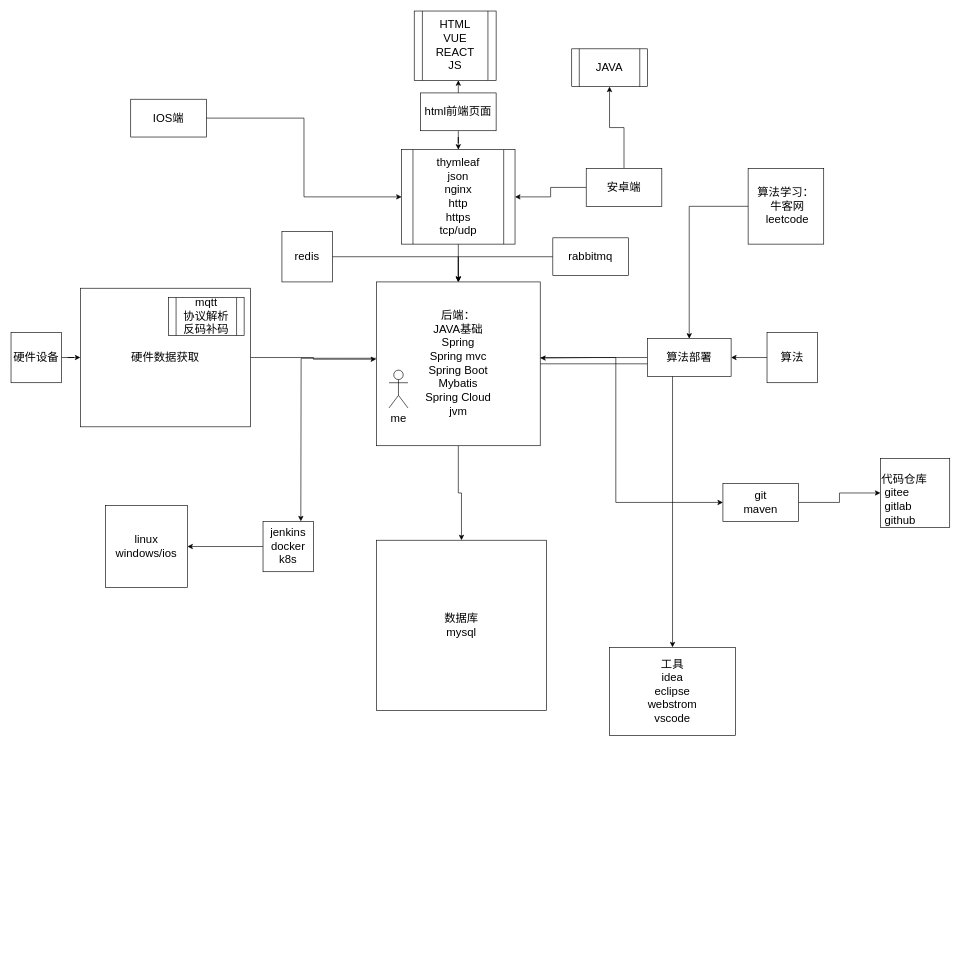
Above: 知识架构.drawio in heibaike123/- (draw.io), before the change. Source tidied: cells renumbered, new cells numbered last; positions are measured from the earlier drawing's top-left corner, leaving out a move shared by most shapes. Both pictures are drawn from the tidied source at 63%, with x=0, y=0 at pixel (11, 11).
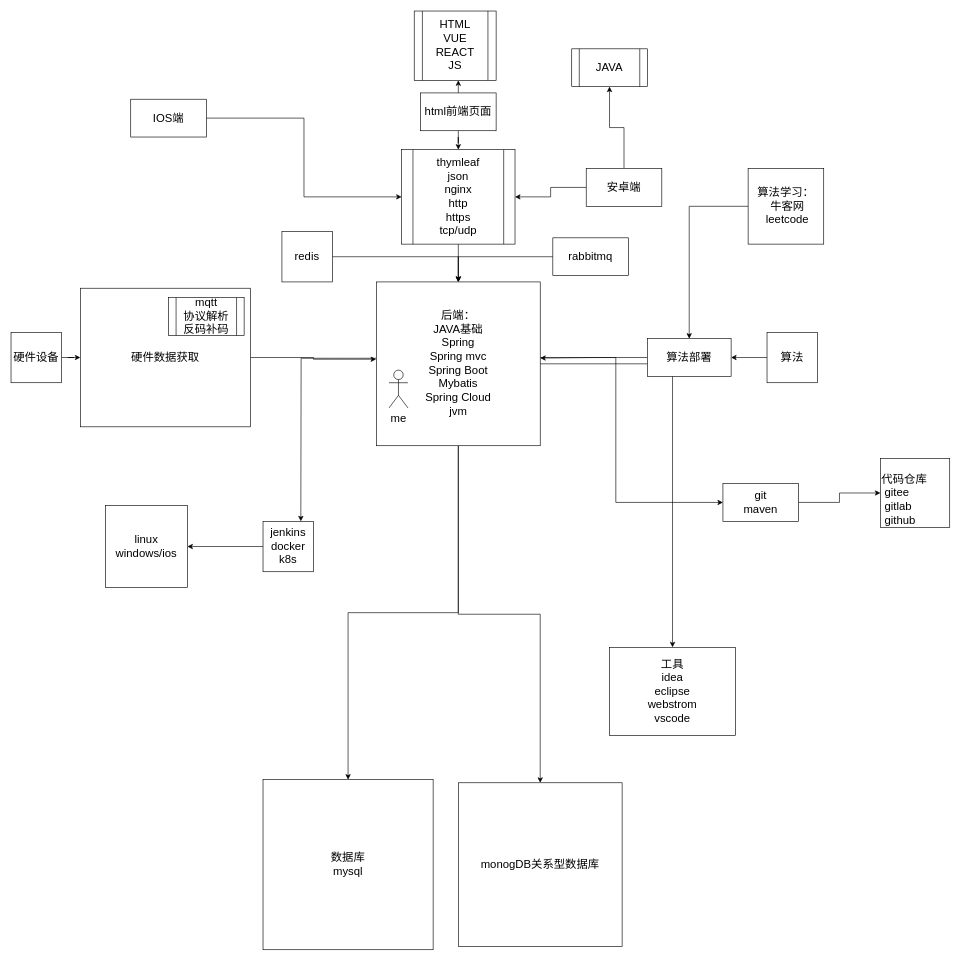
The same page after the edit.

Commit message:
更新知识架构.drawio

Unchanged cells that the change refers to:
```xml
<mxCell id="14" value="&lt;font style=&quot;font-size: 18px;&quot;&gt;后端：&lt;br style=&quot;font-size: 18px;&quot;&gt;JAVA基础&lt;br style=&quot;border-color: var(--border-color); font-size: 18px;&quot;&gt;Spring&lt;br style=&quot;border-color: var(--border-color); font-size: 18px;&quot;&gt;Spring mvc&lt;br style=&quot;border-color: var(--border-color); font-size: 18px;&quot;&gt;Spring Boot&lt;br style=&quot;border-color: var(--border-color); font-size: 18px;&quot;&gt;Mybatis&lt;br style=&quot;border-color: var(--border-color); font-size: 18px;&quot;&gt;Spring Cloud&lt;br style=&quot;border-color: var(--border-color); font-size: 18px;&quot;&gt;jvm&lt;/font&gt;" style="whiteSpace=wrap;html=1;align=center;fontSize=18;" parent="1" vertex="1">
  <mxGeometry x="580" y="430" width="260" height="260" as="geometry" />
</mxCell>
```

The edit, as a diff of the source:
```diff
@@
+    <mxCell id="43" style="edgeStyle=orthogonalEdgeStyle;rounded=0;jettySize=auto;html=1;" parent="1" edge="1" source="14" target="44">
+      <mxGeometry relative="1" as="geometry" />
+    </mxCell>
@@
     <mxCell id="17" value="数据库&lt;br&gt;mysql" style="whiteSpace=wrap;html=1;fontSize=18;" parent="1" vertex="1">
-      <mxGeometry x="580" y="840" width="270" height="270" as="geometry" />
+      <mxGeometry x="400" y="1220" width="270" height="270" as="geometry" />
     </mxCell>
@@
+    <mxCell id="44" value="&lt;font style=&quot;font-size: 18px;&quot;&gt;monogDB关系型数据库&lt;/font&gt;" style="whiteSpace=wrap;html=1;align=center;fontSize=18;" parent="1" vertex="1">
+      <mxGeometry x="710" y="1225" width="260" height="260" as="geometry" />
+    </mxCell>
```
